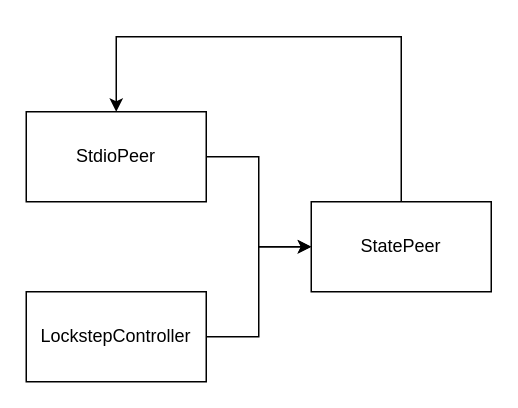
This is rua/examples/echo-lockstep.drawio from DiscreteTom/ruast, a draw.io file, before an edit. Source tidied: cells renumbered, new cells numbered last; positions are measured from the earlier drawing's top-left corner, leaving out a move shared by most shapes. Both pictures are drawn from the tidied source at 150%, with x=0, y=0 at pixel (26, 36).
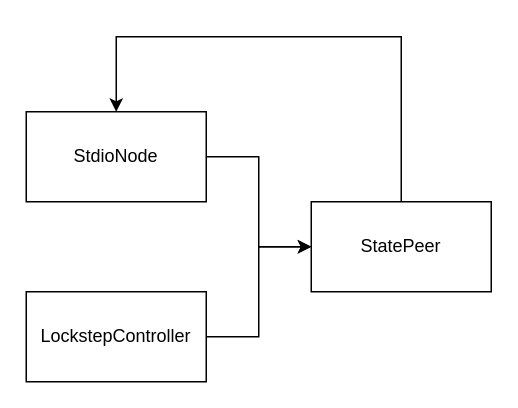
The same diagram, later.

The edit, as a diff of the source:
```diff
@@
 <mxGraphModel>
   <root>
     <mxCell id="0" />
     <mxCell id="1" parent="0" />
     <mxCell id="2" style="edgeStyle=orthogonalEdgeStyle;rounded=0;jettySize=auto;html=1;" parent="1" edge="1" source="3" target="7">
       <mxGeometry relative="1" as="geometry" />
     </mxCell>
-    <mxCell id="3" value="StdioPeer" style="rounded=0;whiteSpace=wrap;html=1;" parent="1" vertex="1">
+    <mxCell id="3" value="StdioNode" style="rounded=0;whiteSpace=wrap;html=1;" parent="1" vertex="1">
       <mxGeometry y="50" width="120" height="60" as="geometry" />
     </mxCell>
     <mxCell id="4" style="edgeStyle=orthogonalEdgeStyle;rounded=0;jettySize=auto;html=1;" parent="1" edge="1" source="5" target="7">
       <mxGeometry relative="1" as="geometry" />
     </mxCell>
     <mxCell id="5" value="LockstepController" style="rounded=0;whiteSpace=wrap;html=1;" parent="1" vertex="1">
       <mxGeometry y="170" width="120" height="60" as="geometry" />
     </mxCell>
     <mxCell id="6" style="edgeStyle=orthogonalEdgeStyle;rounded=0;jettySize=auto;html=1;" parent="1" edge="1" source="7" target="3">
       <mxGeometry relative="1" as="geometry">
         <Array as="points">
           <mxPoint x="250" />
           <mxPoint x="60" />
         </Array>
       </mxGeometry>
     </mxCell>
     <mxCell id="7" value="StatePeer" style="rounded=0;whiteSpace=wrap;html=1;" parent="1" vertex="1">
       <mxGeometry x="190" y="110" width="120" height="60" as="geometry" />
     </mxCell>
   </root>
 </mxGraphModel>
```
